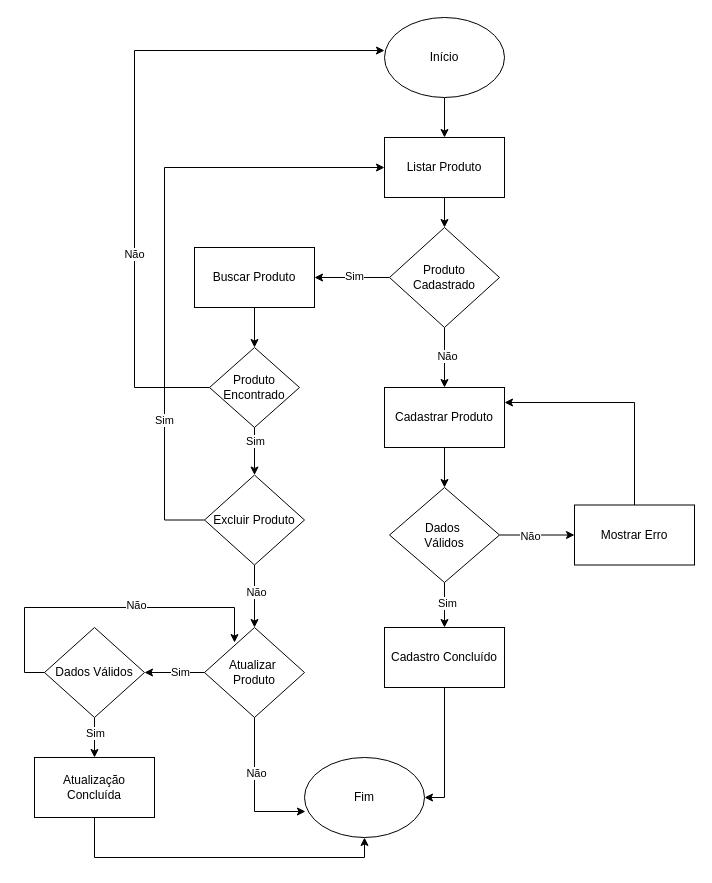
Above: page "Página-3" (3 of 9) of DOC/fluxograma.drawio in rafaelareisilva/avatar.app (draw.io), before the change. Source tidied: cells renumbered, new cells numbered last; positions are measured from the earlier drawing's top-left corner, leaving out a move shared by most shapes. Both pictures are drawn from the tidied source at 100%, with x=0, y=0 at pixel (24, 17).
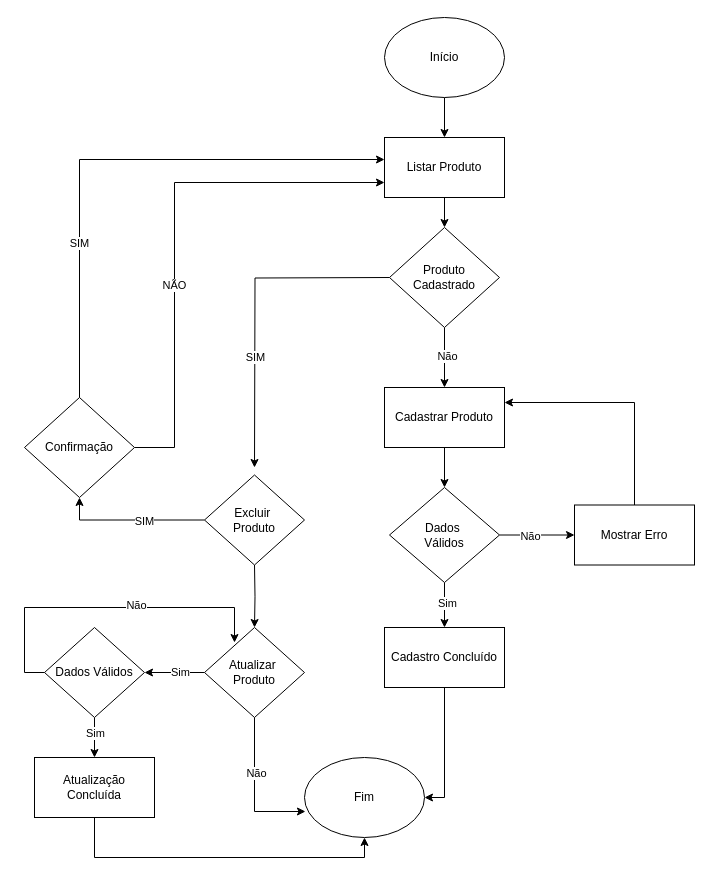
After the change.

Unchanged cells that the change refers to:
```xml
<mxCell id="3" value="Início" style="ellipse;whiteSpace=wrap;html=1;" parent="1" vertex="1">
  <mxGeometry x="360" width="120" height="80" as="geometry" />
</mxCell>
<mxCell id="5" value="Listar Produto" style="whiteSpace=wrap;html=1;" parent="1" vertex="1">
  <mxGeometry x="360" y="120" width="120" height="60" as="geometry" />
</mxCell>
<mxCell id="10" value="Produto&lt;div&gt;Cadastrado&lt;/div&gt;" style="rhombus;whiteSpace=wrap;html=1;" parent="1" vertex="1">
  <mxGeometry x="365" y="210" width="110" height="100" as="geometry" />
</mxCell>
<mxCell id="31" value="Atualizar&amp;nbsp;&lt;div&gt;Produto&lt;/div&gt;" style="rhombus;whiteSpace=wrap;html=1;" parent="1" vertex="1">
  <mxGeometry x="180" y="610" width="100" height="90" as="geometry" />
</mxCell>
```

The edit, as a diff of the source:
```diff
@@
-    <mxCell id="8" style="edgeStyle=orthogonalEdgeStyle;rounded=0;jettySize=auto;html=1;" parent="1" edge="1" source="10" target="23">
-      <mxGeometry relative="1" as="geometry" />
-    </mxCell>
-    <mxCell id="9" value="Sim" style="edgeLabel;html=1;align=center;verticalAlign=middle;" parent="8" vertex="1">
-      <mxGeometry x="-0.04" y="-2" relative="1" as="geometry" />
-    </mxCell>
@@
-    <mxCell id="22" style="edgeStyle=orthogonalEdgeStyle;rounded=0;jettySize=auto;html=1;" parent="1" edge="1" source="23" target="37">
-      <mxGeometry relative="1" as="geometry" />
-    </mxCell>
-    <mxCell id="23" value="Buscar Produto" style="whiteSpace=wrap;html=1;" parent="1" vertex="1">
-      <mxGeometry x="170" y="230" width="120" height="60" as="geometry" />
-    </mxCell>
-    <mxCell id="24" style="edgeStyle=orthogonalEdgeStyle;rounded=0;jettySize=auto;html=1;" parent="1" edge="1" source="28" target="31">
-      <mxGeometry relative="1" as="geometry" />
+    <mxCell id="24" style="edgeStyle=orthogonalEdgeStyle;rounded=0;jettySize=auto;html=1;" parent="1" edge="1" target="31">
+      <mxGeometry relative="1" as="geometry">
+        <mxPoint x="230" y="547.5" as="sourcePoint" />
+      </mxGeometry>
     </mxCell>
-    <mxCell id="25" value="Não" style="edgeLabel;html=1;align=center;verticalAlign=middle;" parent="24" vertex="1">
-      <mxGeometry x="-0.15" y="1" relative="1" as="geometry" />
-    </mxCell>
-    <mxCell id="26" style="edgeStyle=orthogonalEdgeStyle;rounded=0;jettySize=auto;html=1;entryX=0;entryY=0.5;entryDx=0;entryDy=0;" parent="1" edge="1" source="28" target="5">
-      <mxGeometry relative="1" as="geometry">
-        <Array as="points">
-          <mxPoint x="140" y="503" />
-          <mxPoint x="140" y="150" />
-        </Array>
-      </mxGeometry>
-    </mxCell>
-    <mxCell id="27" value="Sim" style="edgeLabel;html=1;align=center;verticalAlign=middle;" parent="26" vertex="1">
-      <mxGeometry x="-0.54" y="1" relative="1" as="geometry">
-        <mxPoint y="1" as="offset" />
-      </mxGeometry>
-    </mxCell>
-    <mxCell id="28" value="Excluir Produto" style="rhombus;whiteSpace=wrap;html=1;" parent="1" vertex="1">
-      <mxGeometry x="180" y="457.5" width="100" height="90" as="geometry" />
-    </mxCell>
@@
-    <mxCell id="35" style="edgeStyle=orthogonalEdgeStyle;rounded=0;jettySize=auto;html=1;" parent="1" edge="1" source="37" target="28">
-      <mxGeometry relative="1" as="geometry" />
-    </mxCell>
-    <mxCell id="36" value="Sim" style="edgeLabel;html=1;align=center;verticalAlign=middle;" parent="35" vertex="1">
-      <mxGeometry x="-0.44" relative="1" as="geometry" />
-    </mxCell>
-    <mxCell id="37" value="Produto&lt;div&gt;Encontrado&lt;/div&gt;" style="rhombus;whiteSpace=wrap;html=1;" parent="1" vertex="1">
-      <mxGeometry x="185" y="330" width="90" height="80" as="geometry" />
-    </mxCell>
-    <mxCell id="38" style="edgeStyle=orthogonalEdgeStyle;rounded=0;jettySize=auto;html=1;entryX=0;entryY=0.413;entryDx=0;entryDy=0;entryPerimeter=0;" parent="1" edge="1" source="37" target="3">
-      <mxGeometry relative="1" as="geometry">
-        <Array as="points">
-          <mxPoint x="110" y="370" />
-          <mxPoint x="110" y="33" />
-        </Array>
-      </mxGeometry>
-    </mxCell>
-    <mxCell id="39" value="Não" style="edgeLabel;html=1;align=center;verticalAlign=middle;" parent="38" vertex="1">
-      <mxGeometry x="-0.37" y="1" relative="1" as="geometry" />
-    </mxCell>
@@
+    <mxCell id="47" style="edgeStyle=orthogonalEdgeStyle;rounded=0;orthogonalLoop=1;jettySize=auto;html=1;" parent="1" edge="1">
+      <mxGeometry relative="1" as="geometry">
+        <mxPoint x="365" y="260" as="sourcePoint" />
+        <mxPoint x="230" y="450" as="targetPoint" />
+      </mxGeometry>
+    </mxCell>
+    <mxCell id="48" value="SIM" style="edgeLabel;html=1;align=center;verticalAlign=middle;" parent="47" vertex="1">
+      <mxGeometry x="0.32" relative="1" as="geometry" />
+    </mxCell>
+    <mxCell id="49" style="edgeStyle=orthogonalEdgeStyle;rounded=0;jettySize=auto;html=1;entryX=0.5;entryY=1;entryDx=0;entryDy=0;" parent="1" edge="1" source="28" target="53">
+      <mxGeometry relative="1" as="geometry" />
+    </mxCell>
+    <mxCell id="50" value="SIM" style="edgeLabel;html=1;align=center;verticalAlign=middle;" parent="49" vertex="1">
+      <mxGeometry x="-0.17" y="1" relative="1" as="geometry" />
+    </mxCell>
+    <mxCell id="28" value="Excluir&amp;nbsp;&lt;div&gt;Produto&lt;/div&gt;" style="rhombus;whiteSpace=wrap;html=1;" parent="1" vertex="1">
+      <mxGeometry x="180" y="457.5" width="100" height="90" as="geometry" />
+    </mxCell>
+    <mxCell id="51" style="edgeStyle=orthogonalEdgeStyle;rounded=0;jettySize=auto;html=1;entryX=0;entryY=0.75;entryDx=0;entryDy=0;" parent="1" edge="1" source="53">
+      <mxGeometry relative="1" as="geometry">
+        <mxPoint x="360" y="165" as="targetPoint" />
+        <Array as="points">
+          <mxPoint x="150" y="430" />
+          <mxPoint x="150" y="165" />
+        </Array>
+      </mxGeometry>
+    </mxCell>
+    <mxCell id="52" value="NÃO" style="edgeLabel;html=1;align=center;verticalAlign=middle;" parent="51" vertex="1">
+      <mxGeometry x="-0.21" y="1" relative="1" as="geometry" />
+    </mxCell>
+    <mxCell id="53" value="Confirmação" style="rhombus;whiteSpace=wrap;html=1;" parent="1" vertex="1">
+      <mxGeometry y="380" width="110" height="100" as="geometry" />
+    </mxCell>
+    <mxCell id="54" style="edgeStyle=orthogonalEdgeStyle;rounded=0;jettySize=auto;html=1;entryX=0;entryY=0.367;entryDx=0;entryDy=0;entryPerimeter=0;" parent="1" edge="1" source="53">
+      <mxGeometry relative="1" as="geometry">
+        <mxPoint x="360" y="142" as="targetPoint" />
+        <Array as="points">
+          <mxPoint x="55" y="142" />
+        </Array>
+      </mxGeometry>
+    </mxCell>
+    <mxCell id="55" value="SIM" style="edgeLabel;html=1;align=center;verticalAlign=middle;" parent="54" vertex="1">
+      <mxGeometry x="-0.43" y="1" relative="1" as="geometry" />
+    </mxCell>
```
